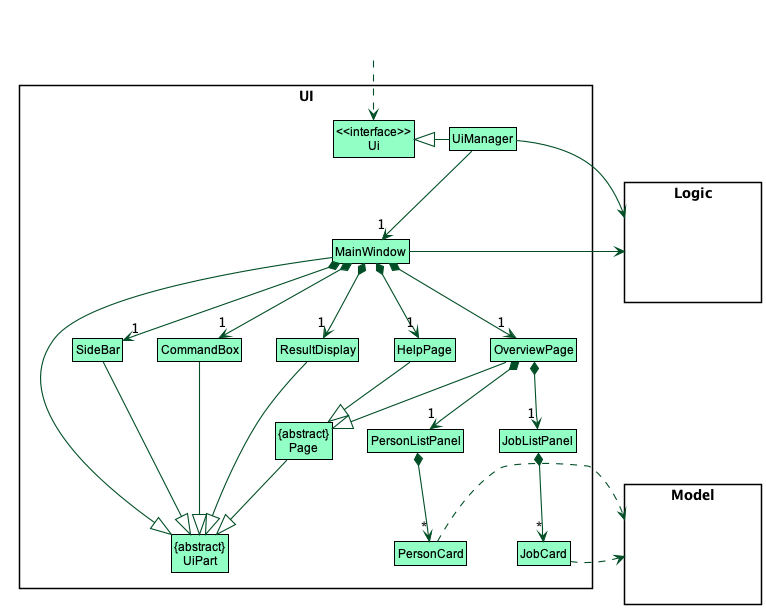
zhongfu/tp keeps this PlantUML diagram as docs/images/UiClassDiagram.png. Above is the earlier version.
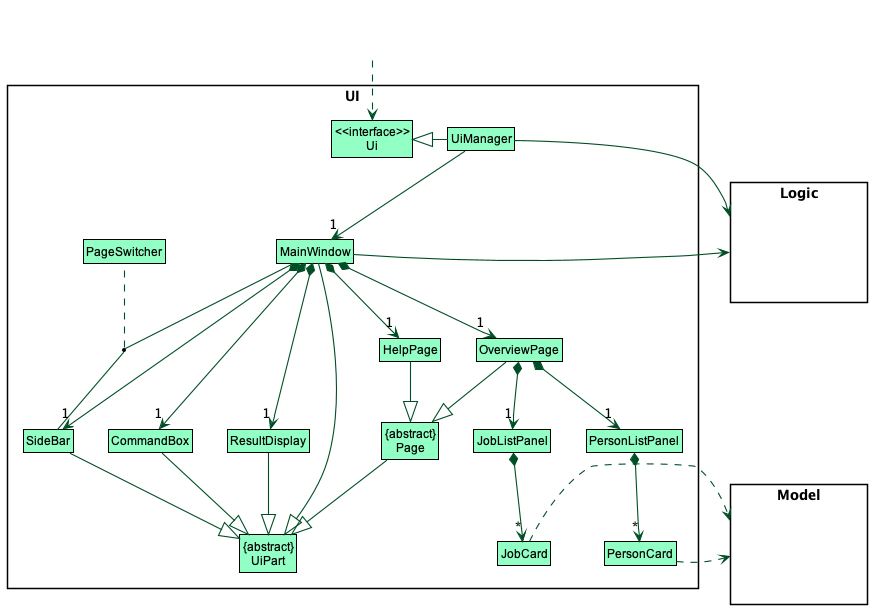
After the commit.

Commit message:
Make PageSwitcher assoc class to switch pages and update btn

Diff of the diagram source:
```diff
@@ -5,15 +5,15 @@
 skinparam classBackgroundColor UI_COLOR
 
 skinparam rectangle {
-    BorderColor<<PLACEHOLDER>> transparent
-    FontColor<<PLACEHOLDER>> transparent
-    StereotypeFontColor<<PLACEHOLDER>> transparent
+    BorderColor<<b>> transparent
+    FontColor<<b>> transparent
+    StereotypeFontColor<<b>> transparent
     BorderColor<<i>> transparent
     FontColor<<i>> transparent
     StereotypeFontColor<<i>> transparent
 }
 
-rectangle arrowFromNowhere <<PLACEHOLDER>> {
+rectangle arrowFromNowhere <<b>> {
 }
 
 package UI <<Rectangle>>{
@@ -22,13 +22,17 @@
 Class UiManager
 Class MainWindow
 
+Class SideBar
+Class PageSwitcher
 Class ResultDisplay
-Class SideBar
 Class CommandBox
 Class HelpPage
 Class OverviewPage
 Class "{abstract}\nPage" as Page
 
+PageSwitcher -[hidden]right- MainWindow
+PageSwitcher -[hidden]down- SideBar
+(MainWindow, SideBar) .. PageSwitcher
 Class PersonListPanel
 Class PersonCard
 Class JobListPanel
@@ -44,6 +48,7 @@
     rectangle b <<i>> {
     }
 }
+
 
 arrowFromNowhere ..> Ui
 
```
